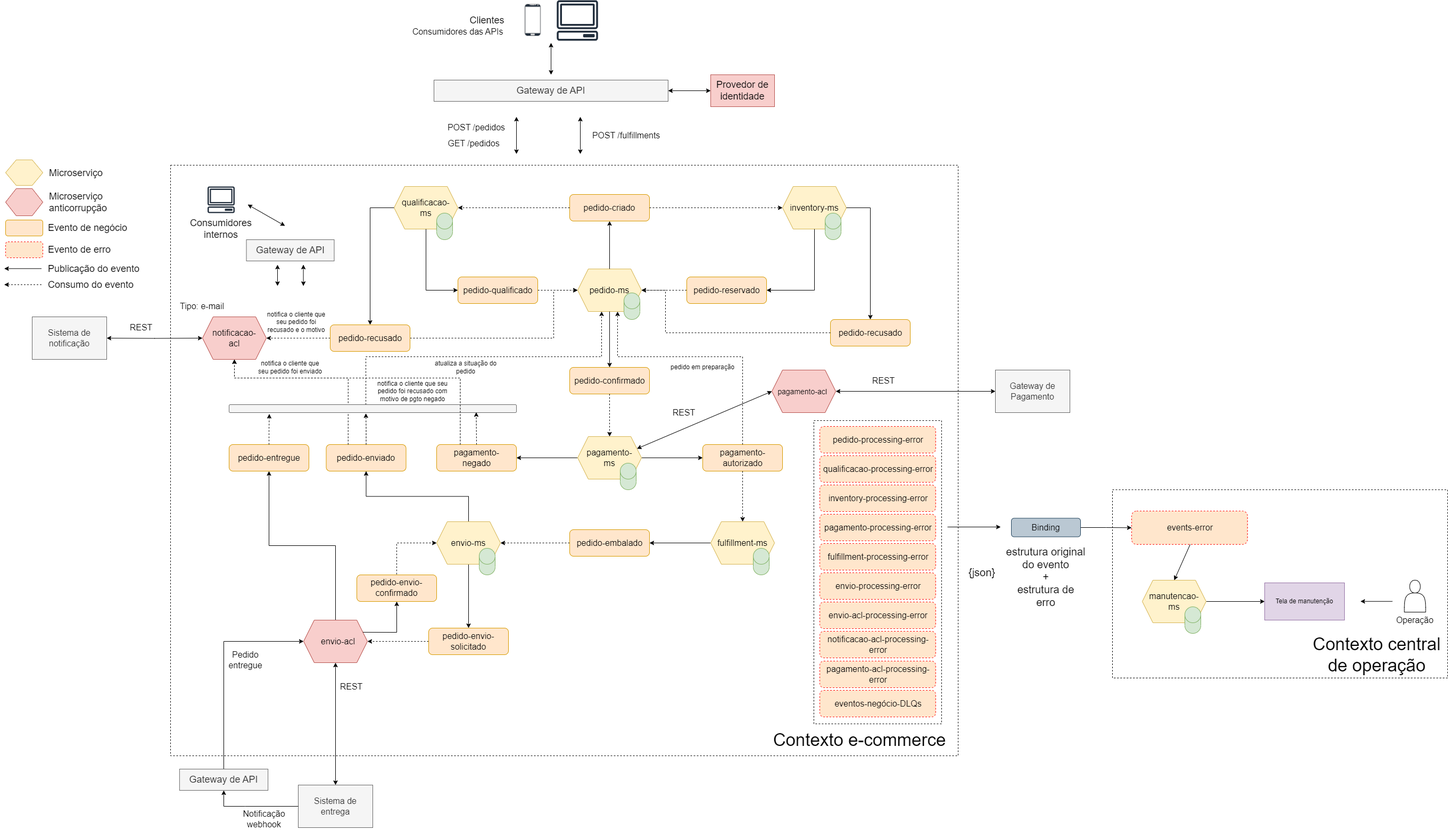
This is cap10/imagens/diagrama-coreografia-eventos.png from rpicanco/livro-eda, a draw.io export, as it was before one commit. Source tidied: cells renumbered, new cells last; positions are measured from the earlier drawing's top-left corner, leaving out a move shared by most shapes.
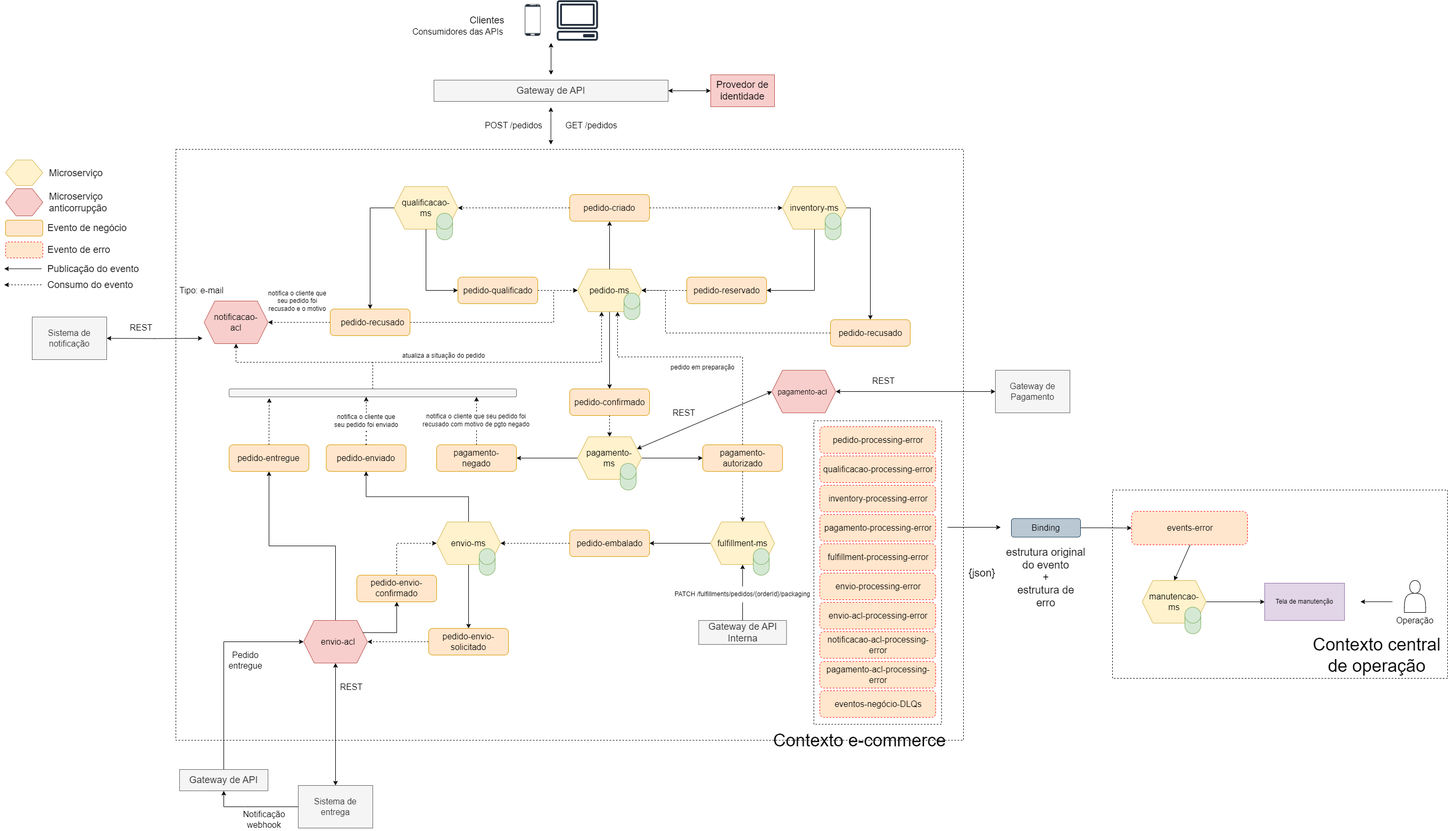
Above is the later version.

Diff of the diagram source:
```diff
@@ -5,4 +5,7 @@
     <mxCell id="2" style="rounded=0;whiteSpace=wrap;html=1;fillColor=none;dashed=1;" parent="1" vertex="1">
-      <mxGeometry x="312" y="310" width="1480" height="1110" as="geometry" />
+      <mxGeometry x="322" y="280" width="1480" height="1110" as="geometry" />
     </mxCell>
+    <mxCell id="199" style="endArrow=classic;html=1;rounded=0;entryX=0.5;entryY=1;entryDx=0;entryDy=0;" parent="1" edge="1" source="201" target="28">
+      <mxGeometry relative="1" as="geometry" />
+    </mxCell>
     <mxCell id="3" style="rounded=0;whiteSpace=wrap;html=1;fillColor=none;dashed=1;" parent="1" vertex="1">
@@ -71,7 +74,4 @@
     <mxCell id="23" value="&lt;font style=&quot;font-size: 16px;&quot;&gt;POST /pedidos&lt;/font&gt;" style="text;html=1;strokeColor=none;fillColor=none;align=center;verticalAlign=middle;whiteSpace=wrap;rounded=0;fontSize=18;" parent="1" vertex="1">
-      <mxGeometry x="822" y="224" width="130" height="30" as="geometry" />
+      <mxGeometry x="892" y="220" width="130" height="30" as="geometry" />
     </mxCell>
-    <mxCell id="24" value="&lt;font style=&quot;font-size: 16px;&quot;&gt;POST /fulfillments&lt;/font&gt;" style="text;html=1;strokeColor=none;fillColor=none;align=center;verticalAlign=middle;whiteSpace=wrap;rounded=0;fontSize=18;" parent="1" vertex="1">
-      <mxGeometry x="1095" y="239" width="147" height="30" as="geometry" />
-    </mxCell>
     <mxCell id="25" value="&lt;font style=&quot;font-size: 33px;&quot;&gt;Contexto e-commerce&lt;/font&gt;" style="text;html=1;strokeColor=none;fillColor=none;align=center;verticalAlign=middle;whiteSpace=wrap;rounded=0;fontSize=16;" parent="1" vertex="1">
@@ -116,3 +116,3 @@
     <mxCell id="38" style="shape=hexagon;perimeter=hexagonPerimeter2;whiteSpace=wrap;html=1;fixedSize=1;fillColor=#f8cecc;strokeColor=#b85450;" parent="1" vertex="1">
-      <mxGeometry x="372" y="595" width="120" height="80" as="geometry" />
+      <mxGeometry x="375.1" y="565" width="120" height="80" as="geometry" />
     </mxCell>
@@ -124,3 +124,3 @@
     <mxCell id="40" value="&lt;font style=&quot;font-size: 16px;&quot;&gt;notificacao-acl&lt;/font&gt;" style="text;html=1;strokeColor=none;fillColor=none;align=center;verticalAlign=middle;whiteSpace=wrap;rounded=0;fontSize=16;" parent="1" vertex="1">
-      <mxGeometry x="382" y="610" width="100" height="50" as="geometry" />
+      <mxGeometry x="385.1" y="580" width="100" height="50" as="geometry" />
     </mxCell>
@@ -133,3 +133,3 @@
     <mxCell id="43" style="rounded=1;whiteSpace=wrap;html=1;fillColor=#ffe6cc;strokeColor=#d79b00;" parent="1" vertex="1">
-      <mxGeometry x="1062" y="690" width="150" height="50" as="geometry" />
+      <mxGeometry x="1062" y="730" width="150" height="50" as="geometry" />
     </mxCell>
@@ -139,3 +139,3 @@
     <mxCell id="45" value="pedido-confirmado" style="text;html=1;strokeColor=none;fillColor=none;align=center;verticalAlign=middle;whiteSpace=wrap;rounded=0;fontSize=16;" parent="1" vertex="1">
-      <mxGeometry x="1069.5" y="690" width="135" height="50" as="geometry" />
+      <mxGeometry x="1069.5" y="730" width="135" height="50" as="geometry" />
     </mxCell>
@@ -144,3 +144,3 @@
         <Array as="points">
-          <mxPoint x="1032" y="635" />
+          <mxPoint x="1032" y="605" />
           <mxPoint x="1032" y="545" />
@@ -153,6 +153,6 @@
     <mxCell id="48" style="rounded=1;whiteSpace=wrap;html=1;fillColor=#ffe6cc;strokeColor=#d79b00;" parent="1" vertex="1">
-      <mxGeometry x="612" y="610" width="150" height="50" as="geometry" />
+      <mxGeometry x="612" y="580" width="150" height="50" as="geometry" />
     </mxCell>
     <mxCell id="49" value="pedido-recusado" style="text;html=1;strokeColor=none;fillColor=none;align=center;verticalAlign=middle;whiteSpace=wrap;rounded=0;fontSize=16;" parent="1" vertex="1">
-      <mxGeometry x="619.5" y="610" width="135" height="50" as="geometry" />
+      <mxGeometry x="630.8" y="590" width="122.5" height="30" as="geometry" />
     </mxCell>
@@ -170,3 +170,3 @@
     </mxCell>
-    <mxCell id="54" style="rounded=0;jettySize=auto;html=1;exitX=0.5;exitY=0;exitDx=0;exitDy=0;entryX=0.86;entryY=0.95;entryDx=0;entryDy=0;entryPerimeter=0;dashed=1;" parent="1" edge="1" source="55" target="135">
+    <mxCell id="54" style="rounded=0;jettySize=auto;html=1;exitX=0.5;exitY=0;exitDx=0;exitDy=0;entryX=0.861;entryY=0.998;entryDx=0;entryDy=0;entryPerimeter=0;dashed=1;" parent="1" edge="1" source="183" target="135">
       <mxGeometry relative="1" as="geometry" />
@@ -174,3 +174,3 @@
     <mxCell id="55" value="pagamento-negado" style="text;html=1;strokeColor=none;fillColor=none;align=center;verticalAlign=middle;whiteSpace=wrap;rounded=0;fontSize=16;" parent="1" vertex="1">
-      <mxGeometry x="825.8" y="835" width="122.5" height="50" as="geometry" />
+      <mxGeometry x="825.8" y="842.5" width="122.5" height="35" as="geometry" />
     </mxCell>
@@ -188,13 +188,5 @@
     </mxCell>
-    <mxCell id="60" style="edgeStyle=orthogonalEdgeStyle;rounded=0;jettySize=auto;html=1;exitX=0.5;exitY=0;exitDx=0;exitDy=0;entryX=0.476;entryY=1.089;entryDx=0;entryDy=0;entryPerimeter=0;dashed=1;" parent="1" edge="1" source="62" target="135">
+    <mxCell id="60" style="rounded=0;jettySize=auto;html=1;exitX=0.5;exitY=0;exitDx=0;exitDy=0;entryX=0.477;entryY=1;entryDx=0;entryDy=0;dashed=1;entryPerimeter=0;" parent="1" edge="1" source="179" target="135">
       <mxGeometry relative="1" as="geometry" />
     </mxCell>
-    <mxCell id="61" style="edgeStyle=orthogonalEdgeStyle;rounded=0;jettySize=auto;html=1;exitX=0.25;exitY=0;exitDx=0;exitDy=0;entryX=0.5;entryY=1;entryDx=0;entryDy=0;dashed=1;" parent="1" edge="1" source="62" target="38">
-      <mxGeometry relative="1" as="geometry">
-        <Array as="points">
-          <mxPoint x="646" y="710" />
-          <mxPoint x="432" y="710" />
-        </Array>
-      </mxGeometry>
-    </mxCell>
     <mxCell id="62" value="pedido-enviado" style="text;html=1;strokeColor=none;fillColor=none;align=center;verticalAlign=middle;whiteSpace=wrap;rounded=0;fontSize=16;" parent="1" vertex="1">
@@ -268,14 +260,2 @@
     </mxCell>
-    <mxCell id="85" value="&lt;font style=&quot;font-size: 18px;&quot;&gt;Consumidores&lt;br&gt;internos&lt;/font&gt;" style="text;html=1;strokeColor=none;fillColor=none;align=center;verticalAlign=middle;whiteSpace=wrap;rounded=0;fontSize=16;" parent="1" vertex="1">
-      <mxGeometry x="337" y="410" width="140" height="40" as="geometry" />
-    </mxCell>
-    <mxCell id="86" style="sketch=0;fontColor=#232F3E;gradientColor=none;fillColor=#232F3D;strokeColor=none;dashed=0;verticalLabelPosition=bottom;verticalAlign=top;align=center;html=1;fontSize=12;fontStyle=0;shape=mxgraph.aws4.client;" parent="1" vertex="1">
-      <mxGeometry x="381.3" y="350" width="51.3" height="50" as="geometry" />
-    </mxCell>
-    <mxCell id="87" style="endArrow=classic;startArrow=classic;html=1;rounded=0;" parent="1" edge="1">
-      <mxGeometry relative="1" as="geometry">
-        <mxPoint x="457" y="384" as="sourcePoint" />
-        <mxPoint x="527" y="424" as="targetPoint" />
-      </mxGeometry>
-    </mxCell>
     <mxCell id="88" style="group;" parent="1" vertex="1">
@@ -294,4 +274,4 @@
       <mxGeometry relative="1" as="geometry">
-        <mxPoint x="962" y="289" as="sourcePoint" />
-        <mxPoint x="962" y="219" as="targetPoint" />
+        <mxPoint x="1026.7" y="271" as="sourcePoint" />
+        <mxPoint x="1026.7" y="201" as="targetPoint" />
       </mxGeometry>
@@ -299,3 +279,3 @@
     <mxCell id="93" value="&lt;font style=&quot;font-size: 16px;&quot;&gt;GET /pedidos&lt;/font&gt;" style="text;html=1;strokeColor=none;fillColor=none;align=center;verticalAlign=middle;whiteSpace=wrap;rounded=0;fontSize=18;" parent="1" vertex="1">
-      <mxGeometry x="817" y="254" width="130" height="30" as="geometry" />
+      <mxGeometry x="1037.5" y="220" width="130" height="30" as="geometry" />
     </mxCell>
@@ -367,8 +347,2 @@
     </mxCell>
-    <mxCell id="116" style="endArrow=classic;startArrow=classic;html=1;rounded=0;" parent="1" edge="1">
-      <mxGeometry relative="1" as="geometry">
-        <mxPoint x="1082" y="289" as="sourcePoint" />
-        <mxPoint x="1082" y="219" as="targetPoint" />
-      </mxGeometry>
-    </mxCell>
     <mxCell id="117" style="edgeStyle=orthogonalEdgeStyle;rounded=0;jettySize=auto;html=1;exitX=1;exitY=0.5;exitDx=0;exitDy=0;entryX=0;entryY=0.5;entryDx=0;entryDy=0;dashed=1;" parent="1" edge="1" source="113" target="101">
@@ -379,4 +353,5 @@
     </mxCell>
-    <mxCell id="119" style="endArrow=classic;html=1;rounded=0;exitX=0;exitY=0.5;exitDx=0;exitDy=0;entryX=0.5;entryY=0;entryDx=0;entryDy=0;" parent="1" edge="1" source="95" target="49">
+    <mxCell id="119" style="endArrow=classic;html=1;rounded=0;exitX=0;exitY=0.5;exitDx=0;exitDy=0;" parent="1" edge="1" source="95">
       <mxGeometry relative="1" as="geometry">
+        <mxPoint x="687" y="580" as="targetPoint" />
         <Array as="points">
@@ -439,7 +414,7 @@
     </mxCell>
-    <mxCell id="134" style="edgeStyle=orthogonalEdgeStyle;rounded=0;jettySize=auto;html=1;exitX=0.476;exitY=0.015;exitDx=0;exitDy=0;entryX=0.375;entryY=1;entryDx=0;entryDy=0;exitPerimeter=0;dashed=1;" parent="1" edge="1" source="135" target="89">
+    <mxCell id="134" style="edgeStyle=orthogonalEdgeStyle;rounded=0;jettySize=auto;html=1;exitX=0.5;exitY=0;exitDx=0;exitDy=0;entryX=0.375;entryY=1;entryDx=0;entryDy=0;dashed=1;" parent="1" edge="1" source="135" target="89">
       <mxGeometry relative="1" as="geometry">
         <Array as="points">
-          <mxPoint x="679" y="670" />
-          <mxPoint x="1122" y="670" />
+          <mxPoint x="692" y="680" />
+          <mxPoint x="1122" y="680" />
         </Array>
@@ -448,3 +423,3 @@
     <mxCell id="135" style="rounded=1;whiteSpace=wrap;html=1;fillColor=#f5f5f5;strokeColor=#666666;fontColor=#333333;" parent="1" vertex="1">
-      <mxGeometry x="422" y="760" width="540" height="15" as="geometry" />
+      <mxGeometry x="422" y="730" width="540" height="15" as="geometry" />
     </mxCell>
@@ -574,3 +549,3 @@
     <mxCell id="173" value="&lt;font style=&quot;font-size: 16px;&quot;&gt;Tipo: e-mail&lt;/font&gt;" style="text;html=1;strokeColor=none;fillColor=none;align=center;verticalAlign=middle;whiteSpace=wrap;rounded=0;" parent="1" vertex="1">
-      <mxGeometry x="328.9" y="560" width="85" height="30" as="geometry" />
+      <mxGeometry x="328" y="530" width="85" height="30" as="geometry" />
     </mxCell>
@@ -582,36 +557,13 @@
     </mxCell>
-    <mxCell id="176" value="Gateway de API" style="rounded=0;whiteSpace=wrap;html=1;fontSize=18;fillColor=#f5f5f5;strokeColor=#666666;fontColor=#333333;" parent="1" vertex="1">
-      <mxGeometry x="454.5" y="450" width="165" height="40" as="geometry" />
-    </mxCell>
-    <mxCell id="177" style="endArrow=classic;startArrow=classic;html=1;rounded=0;" parent="1" edge="1">
-      <mxGeometry relative="1" as="geometry">
-        <mxPoint x="513" y="537" as="sourcePoint" />
-        <mxPoint x="513" y="497" as="targetPoint" />
-      </mxGeometry>
-    </mxCell>
-    <mxCell id="178" style="endArrow=classic;startArrow=classic;html=1;rounded=0;" parent="1" edge="1">
-      <mxGeometry relative="1" as="geometry">
-        <mxPoint x="561.6" y="537" as="sourcePoint" />
-        <mxPoint x="561.6" y="497" as="targetPoint" />
-      </mxGeometry>
-    </mxCell>
     <mxCell id="179" value="notifica o cliente que seu pedido foi enviado" style="text;html=1;strokeColor=none;fillColor=none;align=center;verticalAlign=middle;whiteSpace=wrap;rounded=0;" parent="1" vertex="1">
-      <mxGeometry x="472" y="675" width="130" height="30" as="geometry" />
+      <mxGeometry x="615" y="775" width="130" height="30" as="geometry" />
     </mxCell>
     <mxCell id="180" value="atualiza a situação do pedido" style="text;html=1;strokeColor=none;fillColor=none;align=center;verticalAlign=middle;whiteSpace=wrap;rounded=0;" parent="1" vertex="1">
-      <mxGeometry x="802" y="675" width="130" height="30" as="geometry" />
+      <mxGeometry x="742.5" y="653" width="165" height="30" as="geometry" />
     </mxCell>
     <mxCell id="181" value="notifica o cliente que seu pedido foi recusado e o motivo" style="text;html=1;strokeColor=none;fillColor=none;align=center;verticalAlign=middle;whiteSpace=wrap;rounded=0;" parent="1" vertex="1">
-      <mxGeometry x="485.1" y="590" width="126.9" height="30" as="geometry" />
+      <mxGeometry x="487.1" y="540" width="126.9" height="50" as="geometry" />
     </mxCell>
-    <mxCell id="182" style="edgeStyle=orthogonalEdgeStyle;rounded=0;jettySize=auto;html=1;exitX=0.25;exitY=0;exitDx=0;exitDy=0;entryX=0.5;entryY=1;entryDx=0;entryDy=0;dashed=1;" parent="1" edge="1" source="55" target="38">
-      <mxGeometry relative="1" as="geometry">
-        <Array as="points">
-          <mxPoint x="856" y="710" />
-          <mxPoint x="432" y="710" />
-        </Array>
-      </mxGeometry>
-    </mxCell>
     <mxCell id="183" value="notifica o cliente que seu pedido foi recusado com motivo de pgto negado" style="text;html=1;strokeColor=none;fillColor=none;align=center;verticalAlign=middle;whiteSpace=wrap;rounded=0;" parent="1" vertex="1">
-      <mxGeometry x="692" y="720" width="150" height="30" as="geometry" />
+      <mxGeometry x="782.5" y="772.5" width="209" height="32.5" as="geometry" />
     </mxCell>
@@ -672,2 +624,26 @@
     </mxCell>
+    <mxCell id="200" value="Gateway de API Interna" style="rounded=0;whiteSpace=wrap;html=1;fontSize=18;fillColor=#f5f5f5;strokeColor=#666666;fontColor=#333333;" parent="1" vertex="1">
+      <mxGeometry x="1304.5" y="1165" width="165" height="45" as="geometry" />
+    </mxCell>
+    <mxCell id="201" value="PATCH&amp;nbsp;/fulfillments/pedidos/{orderId}/packaging" style="text;html=1;strokeColor=none;fillColor=none;align=center;verticalAlign=middle;whiteSpace=wrap;rounded=0;" parent="1" vertex="1">
+      <mxGeometry x="1252.9" y="1101" width="268" height="30" as="geometry" />
+    </mxCell>
+    <mxCell id="202" style="endArrow=none;html=1;rounded=0;entryX=0.5;entryY=1;entryDx=0;entryDy=0;exitX=0.5;exitY=0;exitDx=0;exitDy=0;" parent="1" edge="1" source="200" target="201">
+      <mxGeometry relative="1" as="geometry" />
+    </mxCell>
+    <mxCell id="203" style="endArrow=classic;html=1;rounded=0;dashed=1;entryX=0.5;entryY=1;entryDx=0;entryDy=0;" parent="1" edge="1" target="38">
+      <mxGeometry relative="1" as="geometry">
+        <mxPoint x="692" y="680" as="sourcePoint" />
+        <Array as="points">
+          <mxPoint x="572" y="680" />
+          <mxPoint x="435" y="680" />
+        </Array>
+      </mxGeometry>
+    </mxCell>
+    <mxCell id="204" style="endArrow=none;dashed=1;html=1;dashPattern=1 3;strokeWidth=2;rounded=0;exitX=0.5;exitY=0;exitDx=0;exitDy=0;entryX=0.5;entryY=1;entryDx=0;entryDy=0;" parent="1" edge="1" source="62" target="179">
+      <mxGeometry relative="1" as="geometry" />
+    </mxCell>
+    <mxCell id="205" style="endArrow=none;dashed=1;html=1;strokeWidth=1;rounded=0;exitX=0.5;exitY=0;exitDx=0;exitDy=0;entryX=0.5;entryY=1;entryDx=0;entryDy=0;" parent="1" edge="1" source="53" target="183">
+      <mxGeometry relative="1" as="geometry" />
+    </mxCell>
   </root>
```
